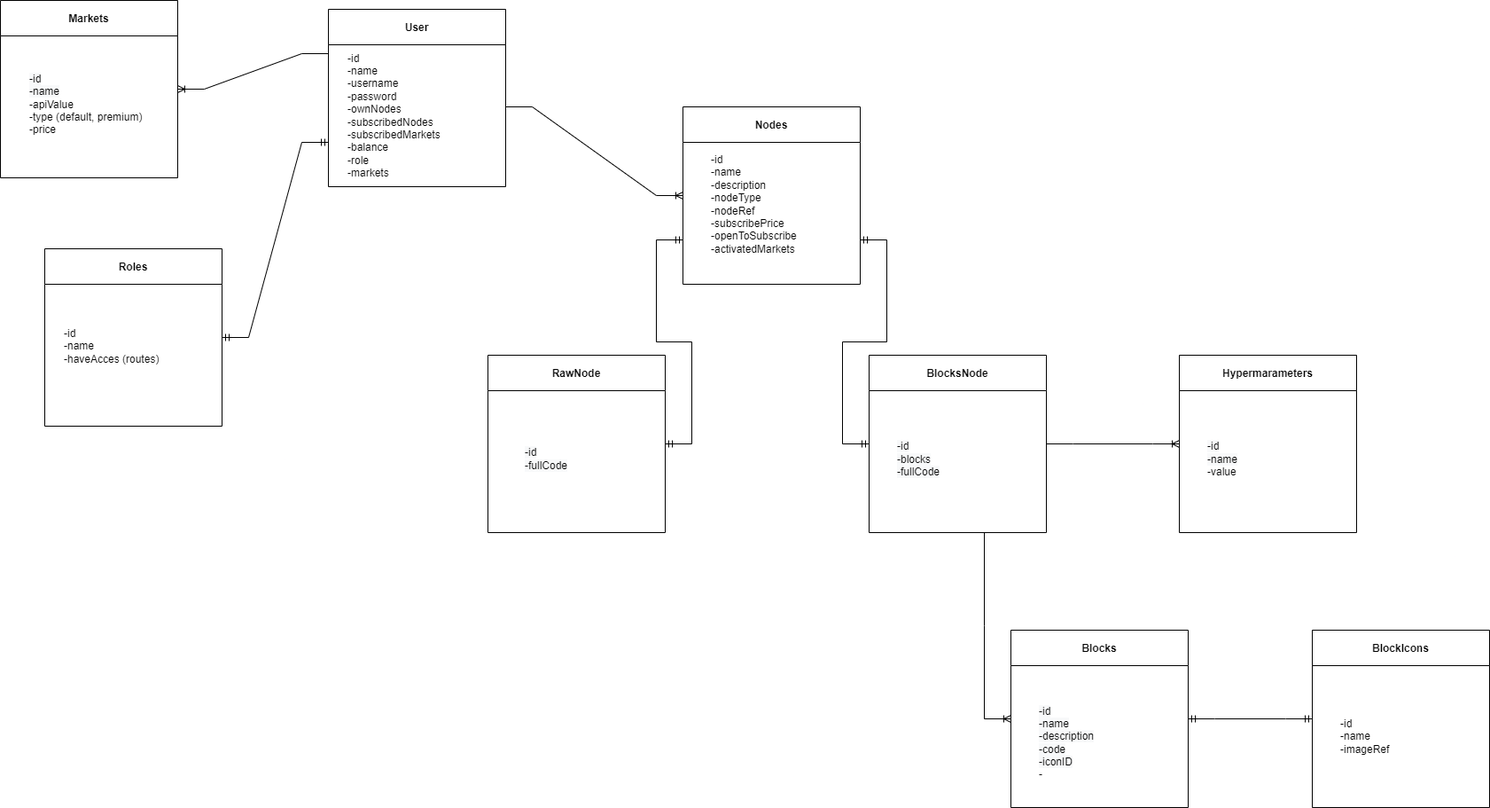
Before: ER.drawio.png, a diagram exported from draw.io (GabrielDamian/Stonks_Ultimate_BachelorDegree). Source tidied: cells renumbered, new cells last; positions are measured from the earlier drawing's top-left corner, leaving out a move shared by most shapes.
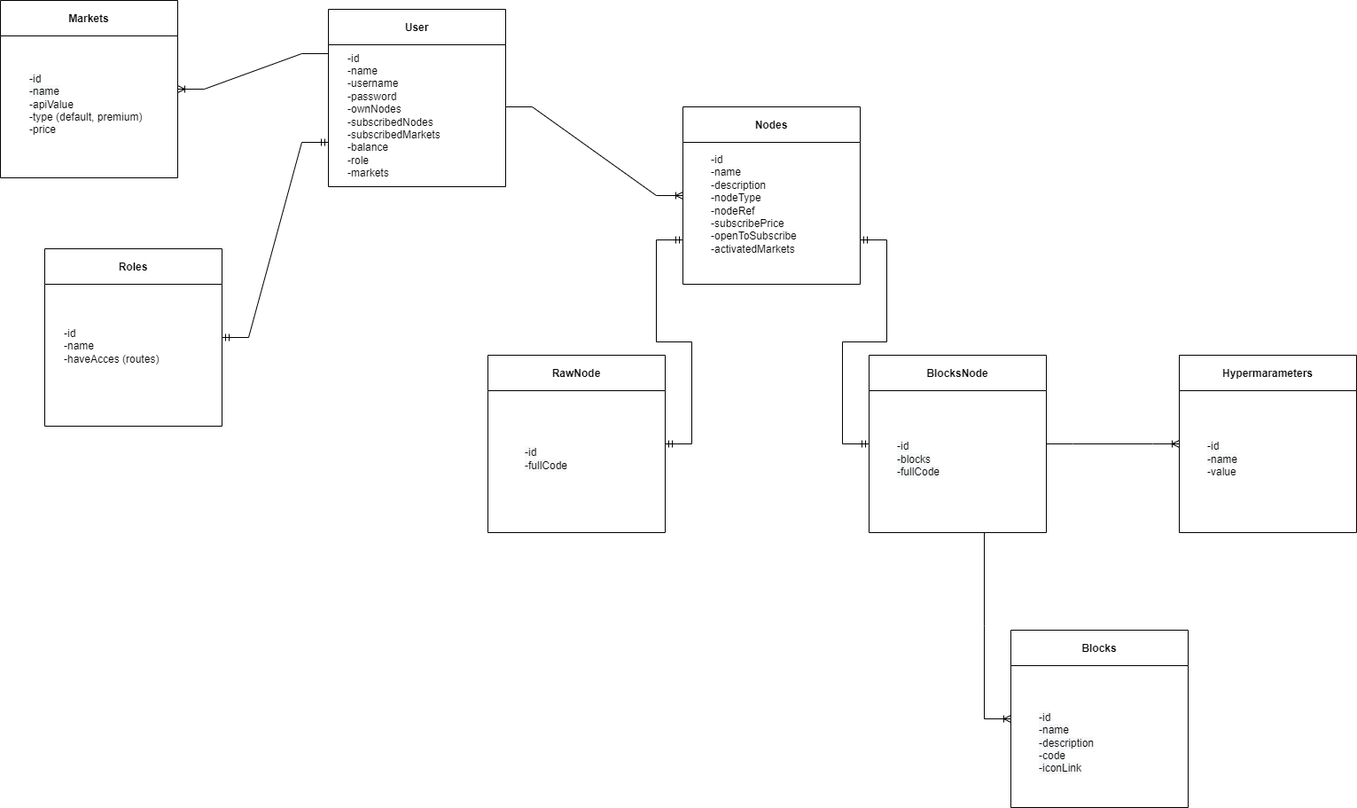
The same diagram one commit later.

Diff of the diagram source:
```diff
@@ -17,18 +17,9 @@
     <mxCell id="6" value="Blocks" style="swimlane;startSize=40;" parent="1" vertex="1">
       <mxGeometry x="1140" y="710" width="200" height="200" as="geometry" />
     </mxCell>
-    <mxCell id="7" value="&lt;br&gt;&lt;span style=&quot;color: rgb(0, 0, 0); font-family: Helvetica; font-size: 12px; font-style: normal; font-variant-ligatures: normal; font-variant-caps: normal; font-weight: 400; letter-spacing: normal; orphans: 2; text-align: left; text-indent: 0px; text-transform: none; widows: 2; word-spacing: 0px; -webkit-text-stroke-width: 0px; background-color: rgb(248, 249, 250); text-decoration-thickness: initial; text-decoration-style: initial; text-decoration-color: initial; float: none; display: inline !important;&quot;&gt;-id&lt;/span&gt;&lt;br style=&quot;color: rgb(0, 0, 0); font-family: Helvetica; font-size: 12px; font-style: normal; font-variant-ligatures: normal; font-variant-caps: normal; font-weight: 400; letter-spacing: normal; orphans: 2; text-align: left; text-indent: 0px; text-transform: none; widows: 2; word-spacing: 0px; -webkit-text-stroke-width: 0px; background-color: rgb(248, 249, 250); text-decoration-thickness: initial; text-decoration-style: initial; text-decoration-color: initial;&quot;&gt;&lt;span style=&quot;color: rgb(0, 0, 0); font-family: Helvetica; font-size: 12px; font-style: normal; font-variant-ligatures: normal; font-variant-caps: normal; font-weight: 400; letter-spacing: normal; orphans: 2; text-align: left; text-indent: 0px; text-transform: none; widows: 2; word-spacing: 0px; -webkit-text-stroke-width: 0px; background-color: rgb(248, 249, 250); text-decoration-thickness: initial; text-decoration-style: initial; text-decoration-color: initial; float: none; display: inline !important;&quot;&gt;-name&lt;/span&gt;&lt;br style=&quot;color: rgb(0, 0, 0); font-family: Helvetica; font-size: 12px; font-style: normal; font-variant-ligatures: normal; font-variant-caps: normal; font-weight: 400; letter-spacing: normal; orphans: 2; text-align: left; text-indent: 0px; text-transform: none; widows: 2; word-spacing: 0px; -webkit-text-stroke-width: 0px; background-color: rgb(248, 249, 250); text-decoration-thickness: initial; text-decoration-style: initial; text-decoration-color: initial;&quot;&gt;&lt;span style=&quot;color: rgb(0, 0, 0); font-family: Helvetica; font-size: 12px; font-style: normal; font-variant-ligatures: normal; font-variant-caps: normal; font-weight: 400; letter-spacing: normal; orphans: 2; text-align: left; text-indent: 0px; text-transform: none; widows: 2; word-spacing: 0px; -webkit-text-stroke-width: 0px; background-color: rgb(248, 249, 250); text-decoration-thickness: initial; text-decoration-style: initial; text-decoration-color: initial; float: none; display: inline !important;&quot;&gt;-description&lt;/span&gt;&lt;br style=&quot;color: rgb(0, 0, 0); font-family: Helvetica; font-size: 12px; font-style: normal; font-variant-ligatures: normal; font-variant-caps: normal; font-weight: 400; letter-spacing: normal; orphans: 2; text-align: left; text-indent: 0px; text-transform: none; widows: 2; word-spacing: 0px; -webkit-text-stroke-width: 0px; background-color: rgb(248, 249, 250); text-decoration-thickness: initial; text-decoration-style: initial; text-decoration-color: initial;&quot;&gt;&lt;span style=&quot;color: rgb(0, 0, 0); font-family: Helvetica; font-size: 12px; font-style: normal; font-variant-ligatures: normal; font-variant-caps: normal; font-weight: 400; letter-spacing: normal; orphans: 2; text-align: left; text-indent: 0px; text-transform: none; widows: 2; word-spacing: 0px; -webkit-text-stroke-width: 0px; background-color: rgb(248, 249, 250); text-decoration-thickness: initial; text-decoration-style: initial; text-decoration-color: initial; float: none; display: inline !important;&quot;&gt;-code&lt;/span&gt;&lt;br style=&quot;color: rgb(0, 0, 0); font-family: Helvetica; font-size: 12px; font-style: normal; font-variant-ligatures: normal; font-variant-caps: normal; font-weight: 400; letter-spacing: normal; orphans: 2; text-align: left; text-indent: 0px; text-transform: none; widows: 2; word-spacing: 0px; -webkit-text-stroke-width: 0px; background-color: rgb(248, 249, 250); text-decoration-thickness: initial; text-decoration-style: initial; text-decoration-color: initial;&quot;&gt;&lt;span style=&quot;color: rgb(0, 0, 0); font-family: Helvetica; font-size: 12px; font-style: normal; font-variant-ligatures: normal; font-variant-caps: normal; font-weight: 400; letter-spacing: normal; orphans: 2; text-align: left; text-indent: 0px; text-transform: none; widows: 2; word-spacing: 0px; -webkit-text-stroke-width: 0px; background-color: rgb(248, 249, 250); text-decoration-thickness: initial; text-decoration-style: initial; text-decoration-color: initial; float: none; display: inline !important;&quot;&gt;-iconID&lt;br&gt;&lt;/span&gt;-&lt;br&gt;" style="text;html=1;strokeColor=none;fillColor=none;align=left;verticalAlign=middle;whiteSpace=wrap;rounded=0;" parent="6" vertex="1">
+    <mxCell id="7" value="&lt;br&gt;&lt;span style=&quot;color: rgb(0, 0, 0); font-family: Helvetica; font-size: 12px; font-style: normal; font-variant-ligatures: normal; font-variant-caps: normal; font-weight: 400; letter-spacing: normal; orphans: 2; text-align: left; text-indent: 0px; text-transform: none; widows: 2; word-spacing: 0px; -webkit-text-stroke-width: 0px; background-color: rgb(248, 249, 250); text-decoration-thickness: initial; text-decoration-style: initial; text-decoration-color: initial; float: none; display: inline !important;&quot;&gt;-id&lt;/span&gt;&lt;br style=&quot;color: rgb(0, 0, 0); font-family: Helvetica; font-size: 12px; font-style: normal; font-variant-ligatures: normal; font-variant-caps: normal; font-weight: 400; letter-spacing: normal; orphans: 2; text-align: left; text-indent: 0px; text-transform: none; widows: 2; word-spacing: 0px; -webkit-text-stroke-width: 0px; background-color: rgb(248, 249, 250); text-decoration-thickness: initial; text-decoration-style: initial; text-decoration-color: initial;&quot;&gt;&lt;span style=&quot;color: rgb(0, 0, 0); font-family: Helvetica; font-size: 12px; font-style: normal; font-variant-ligatures: normal; font-variant-caps: normal; font-weight: 400; letter-spacing: normal; orphans: 2; text-align: left; text-indent: 0px; text-transform: none; widows: 2; word-spacing: 0px; -webkit-text-stroke-width: 0px; background-color: rgb(248, 249, 250); text-decoration-thickness: initial; text-decoration-style: initial; text-decoration-color: initial; float: none; display: inline !important;&quot;&gt;-name&lt;/span&gt;&lt;br style=&quot;color: rgb(0, 0, 0); font-family: Helvetica; font-size: 12px; font-style: normal; font-variant-ligatures: normal; font-variant-caps: normal; font-weight: 400; letter-spacing: normal; orphans: 2; text-align: left; text-indent: 0px; text-transform: none; widows: 2; word-spacing: 0px; -webkit-text-stroke-width: 0px; background-color: rgb(248, 249, 250); text-decoration-thickness: initial; text-decoration-style: initial; text-decoration-color: initial;&quot;&gt;&lt;span style=&quot;color: rgb(0, 0, 0); font-family: Helvetica; font-size: 12px; font-style: normal; font-variant-ligatures: normal; font-variant-caps: normal; font-weight: 400; letter-spacing: normal; orphans: 2; text-align: left; text-indent: 0px; text-transform: none; widows: 2; word-spacing: 0px; -webkit-text-stroke-width: 0px; background-color: rgb(248, 249, 250); text-decoration-thickness: initial; text-decoration-style: initial; text-decoration-color: initial; float: none; display: inline !important;&quot;&gt;-description&lt;/span&gt;&lt;br style=&quot;color: rgb(0, 0, 0); font-family: Helvetica; font-size: 12px; font-style: normal; font-variant-ligatures: normal; font-variant-caps: normal; font-weight: 400; letter-spacing: normal; orphans: 2; text-align: left; text-indent: 0px; text-transform: none; widows: 2; word-spacing: 0px; -webkit-text-stroke-width: 0px; background-color: rgb(248, 249, 250); text-decoration-thickness: initial; text-decoration-style: initial; text-decoration-color: initial;&quot;&gt;&lt;span style=&quot;color: rgb(0, 0, 0); font-family: Helvetica; font-size: 12px; font-style: normal; font-variant-ligatures: normal; font-variant-caps: normal; font-weight: 400; letter-spacing: normal; orphans: 2; text-align: left; text-indent: 0px; text-transform: none; widows: 2; word-spacing: 0px; -webkit-text-stroke-width: 0px; background-color: rgb(248, 249, 250); text-decoration-thickness: initial; text-decoration-style: initial; text-decoration-color: initial; float: none; display: inline !important;&quot;&gt;-code&lt;/span&gt;&lt;br style=&quot;color: rgb(0, 0, 0); font-family: Helvetica; font-size: 12px; font-style: normal; font-variant-ligatures: normal; font-variant-caps: normal; font-weight: 400; letter-spacing: normal; orphans: 2; text-align: left; text-indent: 0px; text-transform: none; widows: 2; word-spacing: 0px; -webkit-text-stroke-width: 0px; background-color: rgb(248, 249, 250); text-decoration-thickness: initial; text-decoration-style: initial; text-decoration-color: initial;&quot;&gt;&lt;span style=&quot;color: rgb(0, 0, 0); font-family: Helvetica; font-size: 12px; font-style: normal; font-variant-ligatures: normal; font-variant-caps: normal; font-weight: 400; letter-spacing: normal; orphans: 2; text-align: left; text-indent: 0px; text-transform: none; widows: 2; word-spacing: 0px; -webkit-text-stroke-width: 0px; background-color: rgb(248, 249, 250); text-decoration-thickness: initial; text-decoration-style: initial; text-decoration-color: initial; float: none; display: inline !important;&quot;&gt;-iconLink&lt;/span&gt;" style="text;html=1;strokeColor=none;fillColor=none;align=left;verticalAlign=middle;whiteSpace=wrap;rounded=0;" parent="6" vertex="1">
       <mxGeometry x="30" y="60" width="140" height="120" as="geometry" />
     </mxCell>
-    <mxCell id="8" value="BlockIcons" style="swimlane;startSize=40;" parent="1" vertex="1">
-      <mxGeometry x="1480" y="710" width="200" height="200" as="geometry" />
-    </mxCell>
-    <mxCell id="9" value="-id&lt;br&gt;-name&lt;br&gt;-imageRef" style="text;html=1;strokeColor=none;fillColor=none;align=left;verticalAlign=middle;whiteSpace=wrap;rounded=0;" parent="8" vertex="1">
-      <mxGeometry x="30" y="60" width="140" height="120" as="geometry" />
-    </mxCell>
-    <mxCell id="10" style="edgeStyle=entityRelationEdgeStyle;fontSize=12;html=1;endArrow=ERmandOne;startArrow=ERmandOne;rounded=0;entryX=0;entryY=0.5;entryDx=0;entryDy=0;exitX=1;exitY=0.5;exitDx=0;exitDy=0;" parent="1" edge="1" source="6" target="8">
-      <mxGeometry relative="1" as="geometry" />
-    </mxCell>
     <mxCell id="11" value="RawNode" style="swimlane;startSize=40;" parent="1" vertex="1">
       <mxGeometry x="550" y="400" width="200" height="200" as="geometry" />
     </mxCell>
```
